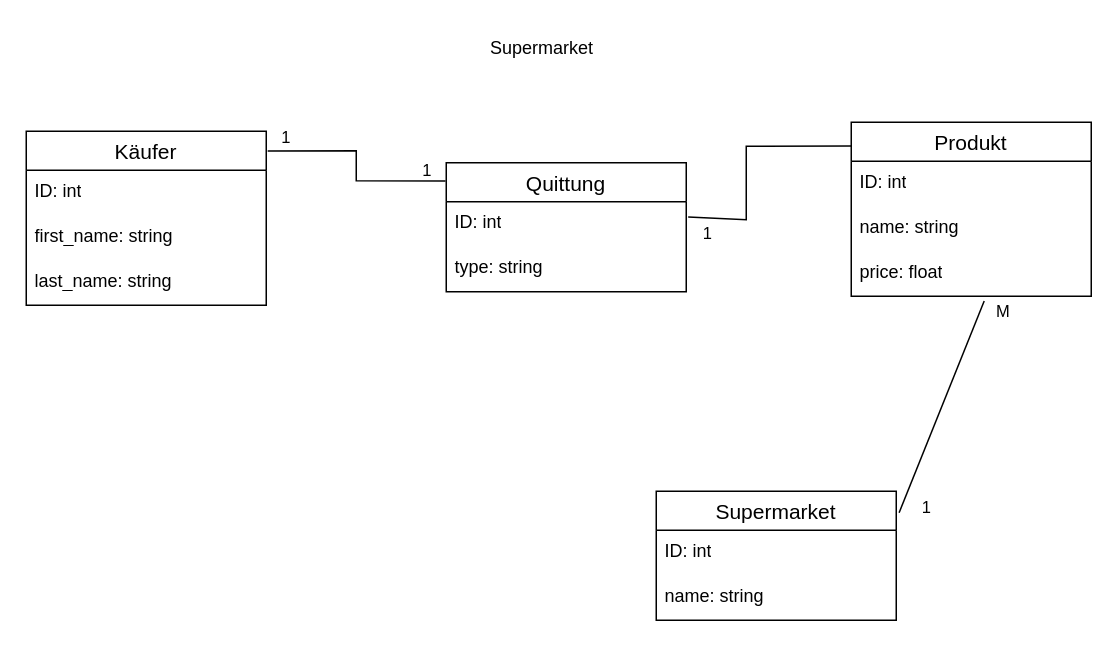
The draw.io diagram KN02/KN02A.drawio in nikhilango/M164, before the edit. Source tidied: cells renumbered, new cells numbered last; positions are measured from the earlier drawing's top-left corner, leaving out a move shared by most shapes. Both pictures are drawn from the tidied source at 150%, with x=0, y=0 at pixel (26, 26).
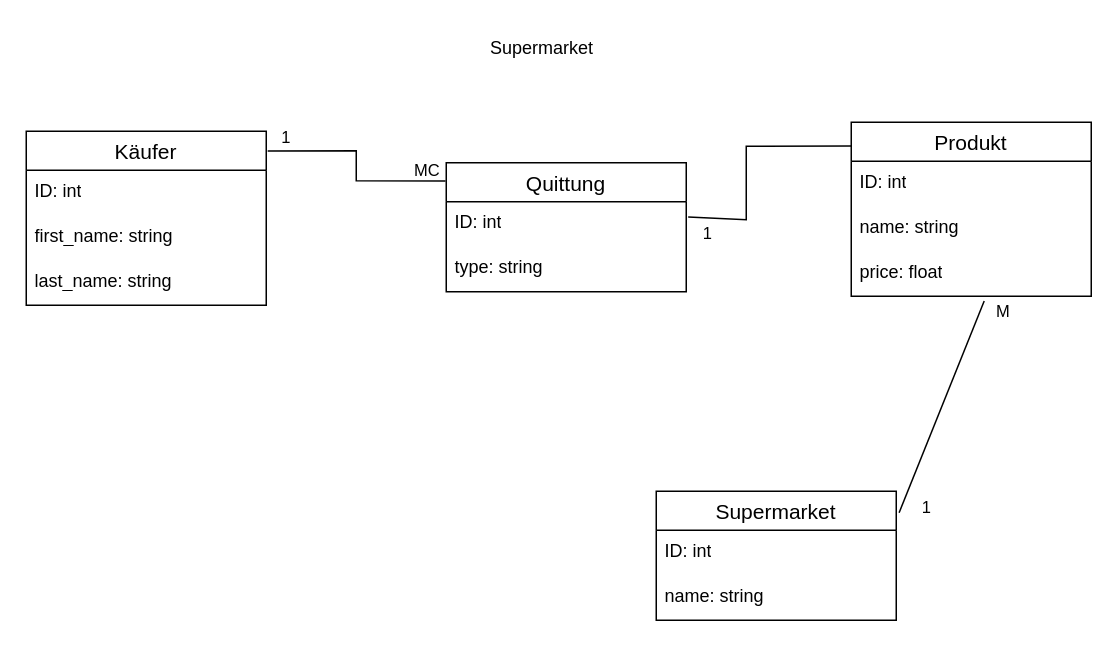
The same diagram, later.

Unchanged cells that the change refers to:
```xml
<mxCell id="17" style="endArrow=none;html=1;rounded=0;exitX=1.006;exitY=0.114;exitDx=0;exitDy=0;entryX=-0.003;entryY=0.141;entryDx=0;entryDy=0;exitPerimeter=0;entryPerimeter=0;" parent="1" edge="1" source="3" target="11">
  <mxGeometry relative="1" as="geometry">
    <Array as="points">
      <mxPoint x="220" y="83" />
      <mxPoint x="220" y="103" />
    </Array>
  </mxGeometry>
</mxCell>
```

Diff of the diagram source:
```diff
@@
-    <mxCell id="18" value="1" style="edgeLabel;html=1;align=center;verticalAlign=middle;" parent="17" vertex="1">
+    <mxCell id="18" value="MC" style="edgeLabel;html=1;align=center;verticalAlign=middle;" parent="17" vertex="1">
       <mxGeometry x="0.82" y="2" relative="1" as="geometry">
         <mxPoint y="-6" as="offset" />
       </mxGeometry>
     </mxCell>
```
